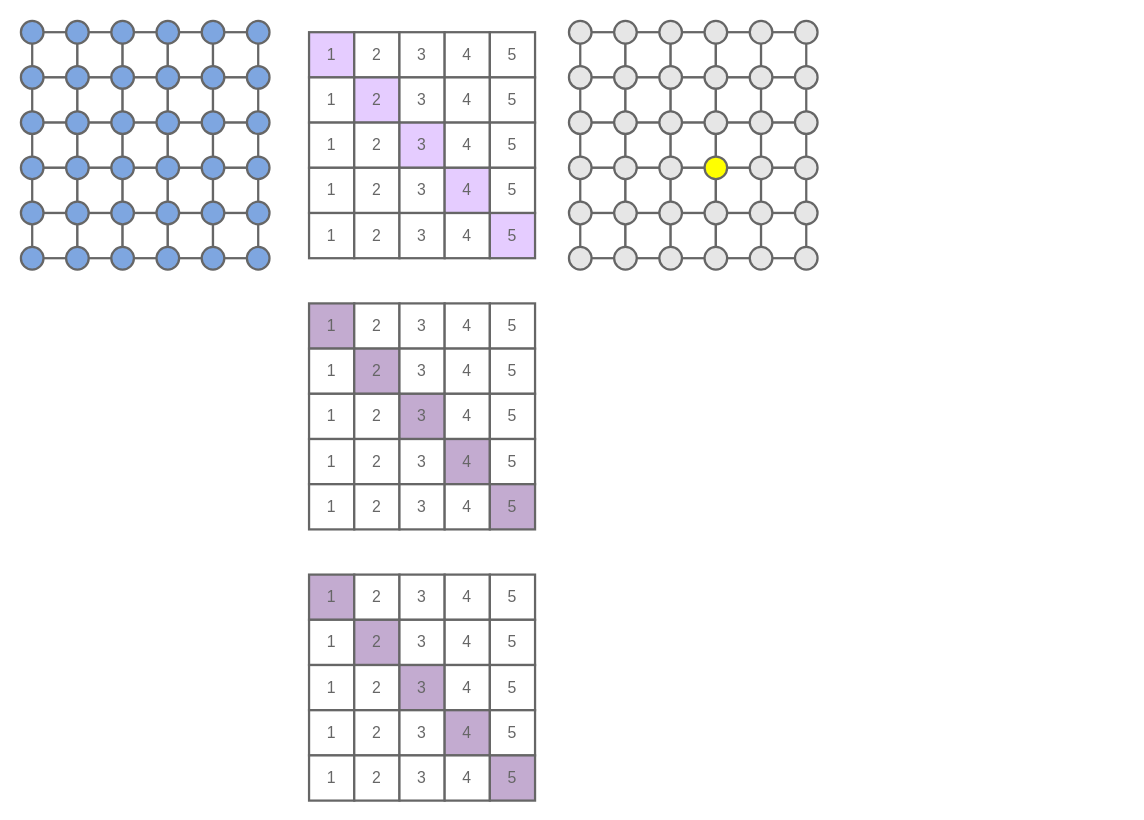
Above: figures/repeated-cross-validation-scheme.drawio in gomesluiz/long-lived-bug-bert-based-prediction (draw.io), before the change. Source tidied: cells renumbered, new cells numbered last; positions are measured from the earlier drawing's top-left corner, leaving out a move shared by most shapes. Both pictures are drawn from the tidied source at 113%, with x=0, y=0 at pixel (20, 20).
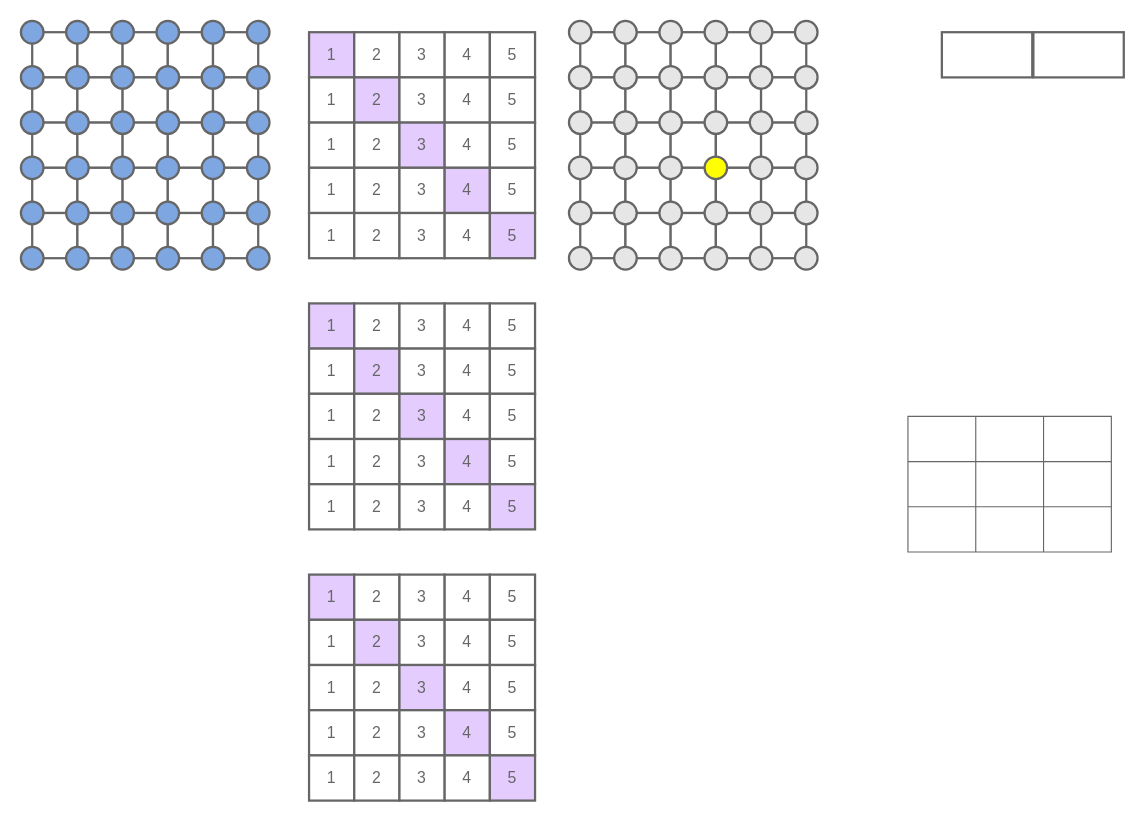
Above is the later version.

Change to the diagram source:
```diff
@@
-    <mxCell id="88" value="&lt;font style=&quot;font-size: 14px&quot; color=&quot;#666666&quot;&gt;1&lt;/font&gt;" style="rounded=0;whiteSpace=wrap;html=1;strokeColor=#666666;fillColor=#C3ABD0;strokeWidth=2;" parent="1" vertex="1">
+    <mxCell id="88" value="&lt;font style=&quot;font-size: 14px&quot; color=&quot;#666666&quot;&gt;1&lt;/font&gt;" style="rounded=0;whiteSpace=wrap;html=1;strokeColor=#666666;fillColor=#E5CCFF;strokeWidth=2;" parent="1" vertex="1">
       <mxGeometry x="255" y="250" width="40" height="40" as="geometry" />
     </mxCell>
@@
-    <mxCell id="94" value="&lt;font style=&quot;font-size: 14px&quot; color=&quot;#666666&quot;&gt;2&lt;/font&gt;" style="rounded=0;whiteSpace=wrap;html=1;strokeColor=#666666;strokeWidth=2;fillColor=#C3ABD0;" parent="1" vertex="1">
+    <mxCell id="94" value="&lt;font style=&quot;font-size: 14px&quot; color=&quot;#666666&quot;&gt;2&lt;/font&gt;" style="rounded=0;whiteSpace=wrap;html=1;strokeColor=#666666;strokeWidth=2;fillColor=#E5CCFF;" parent="1" vertex="1">
       <mxGeometry x="295" y="290" width="40" height="40" as="geometry" />
     </mxCell>
@@
-    <mxCell id="100" value="&lt;font style=&quot;font-size: 14px&quot; color=&quot;#666666&quot;&gt;3&lt;/font&gt;" style="rounded=0;whiteSpace=wrap;html=1;strokeColor=#666666;strokeWidth=2;fillColor=#C3ABD0;" parent="1" vertex="1">
+    <mxCell id="100" value="&lt;font style=&quot;font-size: 14px&quot; color=&quot;#666666&quot;&gt;3&lt;/font&gt;" style="rounded=0;whiteSpace=wrap;html=1;strokeColor=#666666;strokeWidth=2;fillColor=#E5CCFF;" parent="1" vertex="1">
       <mxGeometry x="335" y="330" width="40" height="40" as="geometry" />
     </mxCell>
@@
-    <mxCell id="106" value="&lt;font style=&quot;font-size: 14px&quot; color=&quot;#666666&quot;&gt;4&lt;/font&gt;" style="rounded=0;whiteSpace=wrap;html=1;strokeColor=#666666;strokeWidth=2;fillColor=#C3ABD0;" parent="1" vertex="1">
+    <mxCell id="106" value="&lt;font style=&quot;font-size: 14px&quot; color=&quot;#666666&quot;&gt;4&lt;/font&gt;" style="rounded=0;whiteSpace=wrap;html=1;strokeColor=#666666;strokeWidth=2;fillColor=#E5CCFF;" parent="1" vertex="1">
       <mxGeometry x="375" y="370" width="40" height="40" as="geometry" />
     </mxCell>
@@
-    <mxCell id="112" value="&lt;font style=&quot;font-size: 14px&quot; color=&quot;#666666&quot;&gt;5&lt;/font&gt;" style="rounded=0;whiteSpace=wrap;html=1;strokeColor=#666666;strokeWidth=2;fillColor=#C3ABD0;" parent="1" vertex="1">
+    <mxCell id="112" value="&lt;font style=&quot;font-size: 14px&quot; color=&quot;#666666&quot;&gt;5&lt;/font&gt;" style="rounded=0;whiteSpace=wrap;html=1;strokeColor=#666666;strokeWidth=2;fillColor=#E5CCFF;" parent="1" vertex="1">
       <mxGeometry x="415" y="410" width="40" height="40" as="geometry" />
     </mxCell>
-    <mxCell id="113" value="&lt;font style=&quot;font-size: 14px&quot; color=&quot;#666666&quot;&gt;1&lt;/font&gt;" style="rounded=0;whiteSpace=wrap;html=1;strokeColor=#666666;fillColor=#C3ABD0;strokeWidth=2;" parent="1" vertex="1">
+    <mxCell id="113" value="&lt;font style=&quot;font-size: 14px&quot; color=&quot;#666666&quot;&gt;1&lt;/font&gt;" style="rounded=0;whiteSpace=wrap;html=1;strokeColor=#666666;fillColor=#E5CCFF;strokeWidth=2;" parent="1" vertex="1">
       <mxGeometry x="255" y="490" width="40" height="40" as="geometry" />
     </mxCell>
@@
-    <mxCell id="119" value="&lt;font style=&quot;font-size: 14px&quot; color=&quot;#666666&quot;&gt;2&lt;/font&gt;" style="rounded=0;whiteSpace=wrap;html=1;strokeColor=#666666;strokeWidth=2;fillColor=#C3ABD0;" parent="1" vertex="1">
+    <mxCell id="119" value="&lt;font style=&quot;font-size: 14px&quot; color=&quot;#666666&quot;&gt;2&lt;/font&gt;" style="rounded=0;whiteSpace=wrap;html=1;strokeColor=#666666;strokeWidth=2;fillColor=#E5CCFF;" parent="1" vertex="1">
       <mxGeometry x="295" y="530" width="40" height="40" as="geometry" />
     </mxCell>
@@
-    <mxCell id="125" value="&lt;font style=&quot;font-size: 14px&quot; color=&quot;#666666&quot;&gt;3&lt;/font&gt;" style="rounded=0;whiteSpace=wrap;html=1;strokeColor=#666666;strokeWidth=2;fillColor=#C3ABD0;" parent="1" vertex="1">
+    <mxCell id="125" value="&lt;font style=&quot;font-size: 14px&quot; color=&quot;#666666&quot;&gt;3&lt;/font&gt;" style="rounded=0;whiteSpace=wrap;html=1;strokeColor=#666666;strokeWidth=2;fillColor=#E5CCFF;" parent="1" vertex="1">
       <mxGeometry x="335" y="570" width="40" height="40" as="geometry" />
     </mxCell>
@@
-    <mxCell id="131" value="&lt;font style=&quot;font-size: 14px&quot; color=&quot;#666666&quot;&gt;4&lt;/font&gt;" style="rounded=0;whiteSpace=wrap;html=1;strokeColor=#666666;strokeWidth=2;fillColor=#C3ABD0;" parent="1" vertex="1">
+    <mxCell id="131" value="&lt;font style=&quot;font-size: 14px&quot; color=&quot;#666666&quot;&gt;4&lt;/font&gt;" style="rounded=0;whiteSpace=wrap;html=1;strokeColor=#666666;strokeWidth=2;fillColor=#E5CCFF;" parent="1" vertex="1">
       <mxGeometry x="375" y="610" width="40" height="40" as="geometry" />
     </mxCell>
@@
-    <mxCell id="137" value="&lt;font style=&quot;font-size: 14px&quot; color=&quot;#666666&quot;&gt;5&lt;/font&gt;" style="rounded=0;whiteSpace=wrap;html=1;strokeColor=#666666;strokeWidth=2;fillColor=#C3ABD0;" parent="1" vertex="1">
+    <mxCell id="137" value="&lt;font style=&quot;font-size: 14px&quot; color=&quot;#666666&quot;&gt;5&lt;/font&gt;" style="rounded=0;whiteSpace=wrap;html=1;strokeColor=#666666;strokeWidth=2;fillColor=#E5CCFF;" parent="1" vertex="1">
       <mxGeometry x="415" y="650" width="40" height="40" as="geometry" />
     </mxCell>
@@
+    <mxCell id="199" style="shape=table;html=1;whiteSpace=wrap;startSize=0;childLayout=tableLayout;strokeColor=#666666;" parent="1" vertex="1">
+      <mxGeometry x="785" y="350" width="180" height="120" as="geometry" />
+    </mxCell>
+    <mxCell id="200" style="shape=tableRow;horizontal=0;startSize=0;swimlaneHead=0;swimlaneBody=0;top=0;left=0;bottom=0;right=0;fillColor=none;strokeColor=#666666;" parent="199" vertex="1">
+      <mxGeometry width="180" height="40" as="geometry" />
+    </mxCell>
+    <mxCell id="201" style="shape=partialRectangle;html=1;whiteSpace=wrap;fillColor=none;top=0;left=0;bottom=0;right=0;overflow=hidden;strokeColor=#666666;" parent="200" vertex="1">
+      <mxGeometry width="60" height="40" as="geometry" />
+    </mxCell>
+    <mxCell id="202" style="shape=partialRectangle;html=1;whiteSpace=wrap;fillColor=none;top=0;left=0;bottom=0;right=0;overflow=hidden;strokeColor=#666666;" parent="200" vertex="1">
+      <mxGeometry x="60" width="60" height="40" as="geometry" />
+    </mxCell>
+    <mxCell id="203" style="shape=partialRectangle;html=1;whiteSpace=wrap;fillColor=none;top=0;left=0;bottom=0;right=0;overflow=hidden;strokeColor=#666666;" parent="200" vertex="1">
+      <mxGeometry x="120" width="60" height="40" as="geometry" />
+    </mxCell>
+    <mxCell id="204" style="shape=tableRow;horizontal=0;startSize=0;swimlaneHead=0;swimlaneBody=0;top=0;left=0;bottom=0;right=0;fillColor=none;strokeColor=#666666;" parent="199" vertex="1">
+      <mxGeometry y="40" width="180" height="40" as="geometry" />
+    </mxCell>
+    <mxCell id="205" style="shape=partialRectangle;html=1;whiteSpace=wrap;fillColor=none;top=0;left=0;bottom=0;right=0;overflow=hidden;strokeColor=#666666;" parent="204" vertex="1">
+      <mxGeometry width="60" height="40" as="geometry" />
+    </mxCell>
+    <mxCell id="206" style="shape=partialRectangle;html=1;whiteSpace=wrap;fillColor=none;top=0;left=0;bottom=0;right=0;overflow=hidden;strokeColor=#666666;" parent="204" vertex="1">
+      <mxGeometry x="60" width="60" height="40" as="geometry" />
+    </mxCell>
+    <mxCell id="207" style="shape=partialRectangle;html=1;whiteSpace=wrap;fillColor=none;top=0;left=0;bottom=0;right=0;overflow=hidden;strokeColor=#666666;" parent="204" vertex="1">
+      <mxGeometry x="120" width="60" height="40" as="geometry" />
+    </mxCell>
+    <mxCell id="208" style="shape=tableRow;horizontal=0;startSize=0;swimlaneHead=0;swimlaneBody=0;top=0;left=0;bottom=0;right=0;fillColor=none;strokeColor=#666666;" parent="199" vertex="1">
+      <mxGeometry y="80" width="180" height="40" as="geometry" />
+    </mxCell>
+    <mxCell id="209" style="shape=partialRectangle;html=1;whiteSpace=wrap;fillColor=none;top=0;left=0;bottom=0;right=0;overflow=hidden;strokeColor=#666666;" parent="208" vertex="1">
+      <mxGeometry width="60" height="40" as="geometry" />
+    </mxCell>
+    <mxCell id="210" style="shape=partialRectangle;html=1;whiteSpace=wrap;fillColor=none;top=0;left=0;bottom=0;right=0;overflow=hidden;strokeColor=#666666;" parent="208" vertex="1">
+      <mxGeometry x="60" width="60" height="40" as="geometry" />
+    </mxCell>
+    <mxCell id="211" style="shape=partialRectangle;html=1;whiteSpace=wrap;fillColor=none;top=0;left=0;bottom=0;right=0;overflow=hidden;strokeColor=#666666;" parent="208" vertex="1">
+      <mxGeometry x="120" width="60" height="40" as="geometry" />
+    </mxCell>
+    <mxCell id="212" style="rounded=0;whiteSpace=wrap;html=1;strokeColor=#666666;strokeWidth=2;" parent="1" vertex="1">
+      <mxGeometry x="815" y="10" width="80" height="40" as="geometry" />
+    </mxCell>
+    <mxCell id="213" style="rounded=0;whiteSpace=wrap;html=1;strokeColor=#666666;strokeWidth=2;" parent="1" vertex="1">
+      <mxGeometry x="896" y="10" width="80" height="40" as="geometry" />
+    </mxCell>
```
